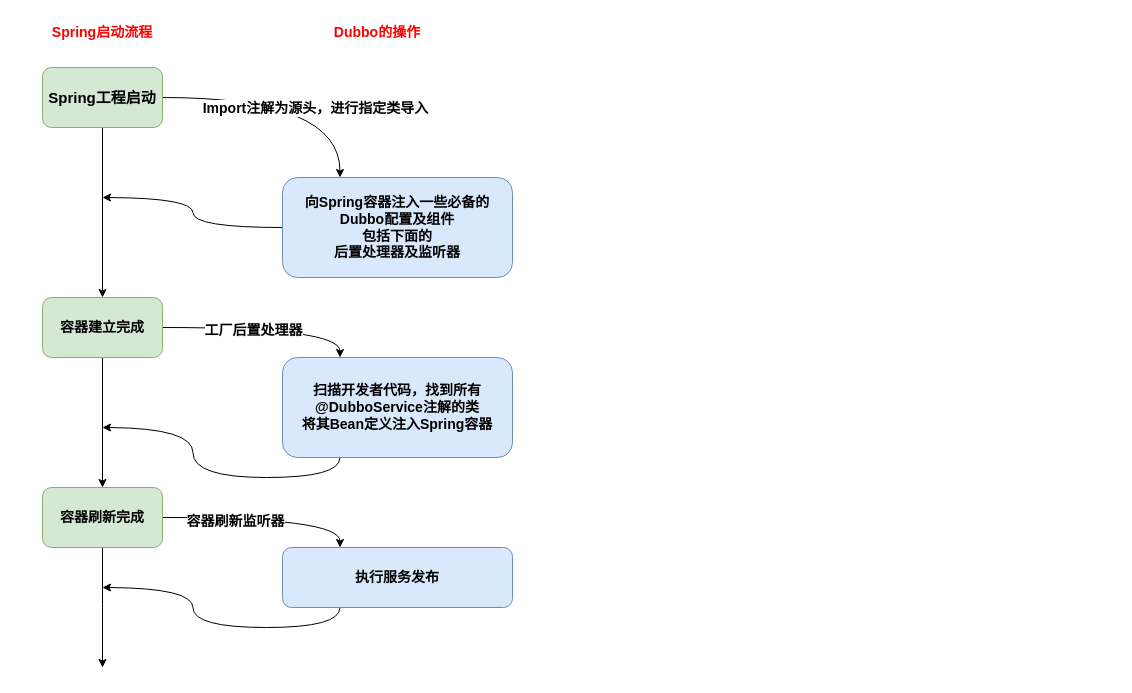
Above: Dubbo启动扫描.drawio in GeorgeWu19/MyRep (draw.io), before the change. Source tidied: cells renumbered, new cells numbered last; positions are measured from the earlier drawing's top-left corner, leaving out a move shared by most shapes. Both pictures are drawn from the tidied source at 100%, with x=0, y=0 at pixel (17, 17).
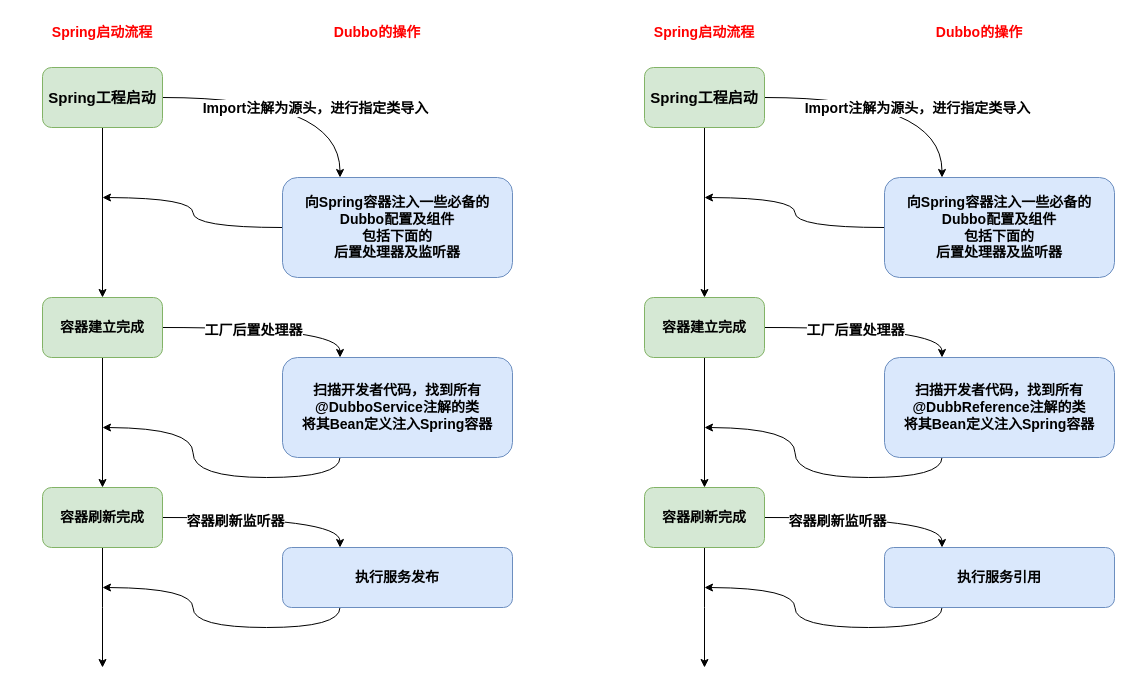
After the change.

Commit message:
更新Dubbo启动扫描.drawio

Change to the diagram source:
```diff
@@
+    <mxCell id="22" style="edgeStyle=orthogonalEdgeStyle;rounded=0;jettySize=auto;html=1;" parent="1" edge="1" source="25" target="29">
+      <mxGeometry relative="1" as="geometry" />
+    </mxCell>
+    <mxCell id="23" style="edgeStyle=orthogonalEdgeStyle;rounded=0;jettySize=auto;html=1;exitX=1;exitY=0.5;exitDx=0;exitDy=0;entryX=0.25;entryY=0;entryDx=0;entryDy=0;curved=1;" parent="1" edge="1" source="25" target="40">
+      <mxGeometry relative="1" as="geometry" />
+    </mxCell>
+    <mxCell id="24" value="&lt;b&gt;&lt;font style=&quot;font-size: 14px;&quot;&gt;Import注解为源头，进行指定类导入&lt;/font&gt;&lt;/b&gt;" style="edgeLabel;html=1;align=center;verticalAlign=middle;" parent="23" vertex="1">
+      <mxGeometry x="-0.15" y="-8" relative="1" as="geometry">
+        <mxPoint x="43" y="2" as="offset" />
+      </mxGeometry>
+    </mxCell>
+    <mxCell id="25" value="&lt;b&gt;&lt;font style=&quot;font-size: 15px;&quot;&gt;Spring工程启动&lt;/font&gt;&lt;/b&gt;" style="rounded=1;whiteSpace=wrap;html=1;fillColor=#d5e8d4;strokeColor=#82b366;" parent="1" vertex="1">
+      <mxGeometry x="627" y="50" width="120" height="60" as="geometry" />
+    </mxCell>
+    <mxCell id="26" style="edgeStyle=orthogonalEdgeStyle;rounded=0;jettySize=auto;html=1;" parent="1" edge="1" source="29" target="33">
+      <mxGeometry relative="1" as="geometry" />
+    </mxCell>
+    <mxCell id="27" style="edgeStyle=orthogonalEdgeStyle;rounded=0;jettySize=auto;html=1;exitX=1;exitY=0.5;exitDx=0;exitDy=0;entryX=0.25;entryY=0;entryDx=0;entryDy=0;curved=1;" parent="1" edge="1" source="29" target="36">
+      <mxGeometry relative="1" as="geometry" />
+    </mxCell>
+    <mxCell id="28" value="&lt;b&gt;&lt;font style=&quot;font-size: 14px;&quot;&gt;工厂后置处理器&lt;/font&gt;&lt;/b&gt;" style="edgeLabel;html=1;align=center;verticalAlign=middle;" parent="27" vertex="1">
+      <mxGeometry x="-0.13" y="-2" relative="1" as="geometry" />
+    </mxCell>
+    <mxCell id="29" value="&lt;b&gt;&lt;font style=&quot;font-size: 14px;&quot;&gt;容器建立完成&lt;/font&gt;&lt;/b&gt;" style="whiteSpace=wrap;html=1;fillColor=#d5e8d4;strokeColor=#82b366;rounded=1;" parent="1" vertex="1">
+      <mxGeometry x="627" y="280" width="120" height="60" as="geometry" />
+    </mxCell>
+    <mxCell id="30" style="edgeStyle=orthogonalEdgeStyle;rounded=0;jettySize=auto;html=1;" parent="1" edge="1" source="33">
+      <mxGeometry relative="1" as="geometry">
+        <mxPoint x="687" y="650" as="targetPoint" />
+      </mxGeometry>
+    </mxCell>
+    <mxCell id="31" style="edgeStyle=orthogonalEdgeStyle;rounded=0;jettySize=auto;html=1;exitX=1;exitY=0.5;exitDx=0;exitDy=0;entryX=0.25;entryY=0;entryDx=0;entryDy=0;curved=1;" parent="1" edge="1" source="33" target="38">
+      <mxGeometry relative="1" as="geometry" />
+    </mxCell>
+    <mxCell id="32" value="&lt;font style=&quot;font-size: 14px;&quot;&gt;&lt;b&gt;容器刷新监听器&lt;/b&gt;&lt;/font&gt;" style="edgeLabel;html=1;align=center;verticalAlign=middle;" parent="31" vertex="1">
+      <mxGeometry x="-0.31" y="-3" relative="1" as="geometry" />
+    </mxCell>
+    <mxCell id="33" value="&lt;b&gt;&lt;font style=&quot;font-size: 14px;&quot;&gt;容器刷新完成&lt;/font&gt;&lt;/b&gt;" style="whiteSpace=wrap;html=1;fillColor=#d5e8d4;strokeColor=#82b366;rounded=1;" parent="1" vertex="1">
+      <mxGeometry x="627" y="470" width="120" height="60" as="geometry" />
+    </mxCell>
+    <mxCell id="34" value="&lt;b&gt;&lt;font color=&quot;#ff0000&quot; style=&quot;font-size: 14px;&quot;&gt;Dubbo的操作&lt;/font&gt;&lt;/b&gt;" style="text;html=1;strokeColor=none;fillColor=none;align=center;verticalAlign=middle;whiteSpace=wrap;rounded=0;" parent="1" vertex="1">
+      <mxGeometry x="877" width="170" height="30" as="geometry" />
+    </mxCell>
+    <mxCell id="35" style="edgeStyle=orthogonalEdgeStyle;rounded=0;jettySize=auto;html=1;exitX=0.25;exitY=1;exitDx=0;exitDy=0;curved=1;" parent="1" edge="1" source="36">
+      <mxGeometry relative="1" as="geometry">
+        <mxPoint x="687" y="410" as="targetPoint" />
+      </mxGeometry>
+    </mxCell>
+    <mxCell id="36" value="&lt;b&gt;&lt;font style=&quot;font-size: 14px;&quot;&gt;扫描开发者代码，找到所有&lt;br&gt;@DubbReference注解的类&lt;br&gt;将其Bean定义注入Spring容器&lt;/font&gt;&lt;/b&gt;" style="rounded=1;whiteSpace=wrap;html=1;fillColor=#dae8fc;strokeColor=#6c8ebf;" parent="1" vertex="1">
+      <mxGeometry x="867" y="340" width="230" height="100" as="geometry" />
+    </mxCell>
+    <mxCell id="37" style="edgeStyle=orthogonalEdgeStyle;rounded=0;jettySize=auto;html=1;exitX=0.25;exitY=1;exitDx=0;exitDy=0;curved=1;" parent="1" edge="1" source="38">
+      <mxGeometry relative="1" as="geometry">
+        <mxPoint x="687" y="570" as="targetPoint" />
+      </mxGeometry>
+    </mxCell>
+    <mxCell id="38" value="&lt;span style=&quot;font-size: 14px;&quot;&gt;&lt;b&gt;执行服务引用&lt;/b&gt;&lt;/span&gt;" style="rounded=1;whiteSpace=wrap;html=1;fillColor=#dae8fc;strokeColor=#6c8ebf;" parent="1" vertex="1">
+      <mxGeometry x="867" y="530" width="230" height="60" as="geometry" />
+    </mxCell>
+    <mxCell id="39" style="edgeStyle=orthogonalEdgeStyle;rounded=0;jettySize=auto;html=1;exitX=0;exitY=0.5;exitDx=0;exitDy=0;curved=1;" parent="1" edge="1" source="40">
+      <mxGeometry relative="1" as="geometry">
+        <mxPoint x="687" y="180" as="targetPoint" />
+      </mxGeometry>
+    </mxCell>
+    <mxCell id="40" value="&lt;span style=&quot;font-size: 14px;&quot;&gt;&lt;b&gt;向Spring容器注入一些必备的Dubbo配置及组件&lt;br&gt;包括下面的&lt;br&gt;后置处理器及监听器&lt;br&gt;&lt;/b&gt;&lt;/span&gt;" style="rounded=1;whiteSpace=wrap;html=1;fillColor=#dae8fc;strokeColor=#6c8ebf;" parent="1" vertex="1">
+      <mxGeometry x="867" y="160" width="230" height="100" as="geometry" />
+    </mxCell>
+    <mxCell id="41" value="&lt;b&gt;&lt;font color=&quot;#ff0000&quot; style=&quot;font-size: 14px;&quot;&gt;Spring启动流程&lt;/font&gt;&lt;/b&gt;" style="text;html=1;strokeColor=none;fillColor=none;align=center;verticalAlign=middle;whiteSpace=wrap;rounded=0;" parent="1" vertex="1">
+      <mxGeometry x="602" width="170" height="30" as="geometry" />
+    </mxCell>
```
